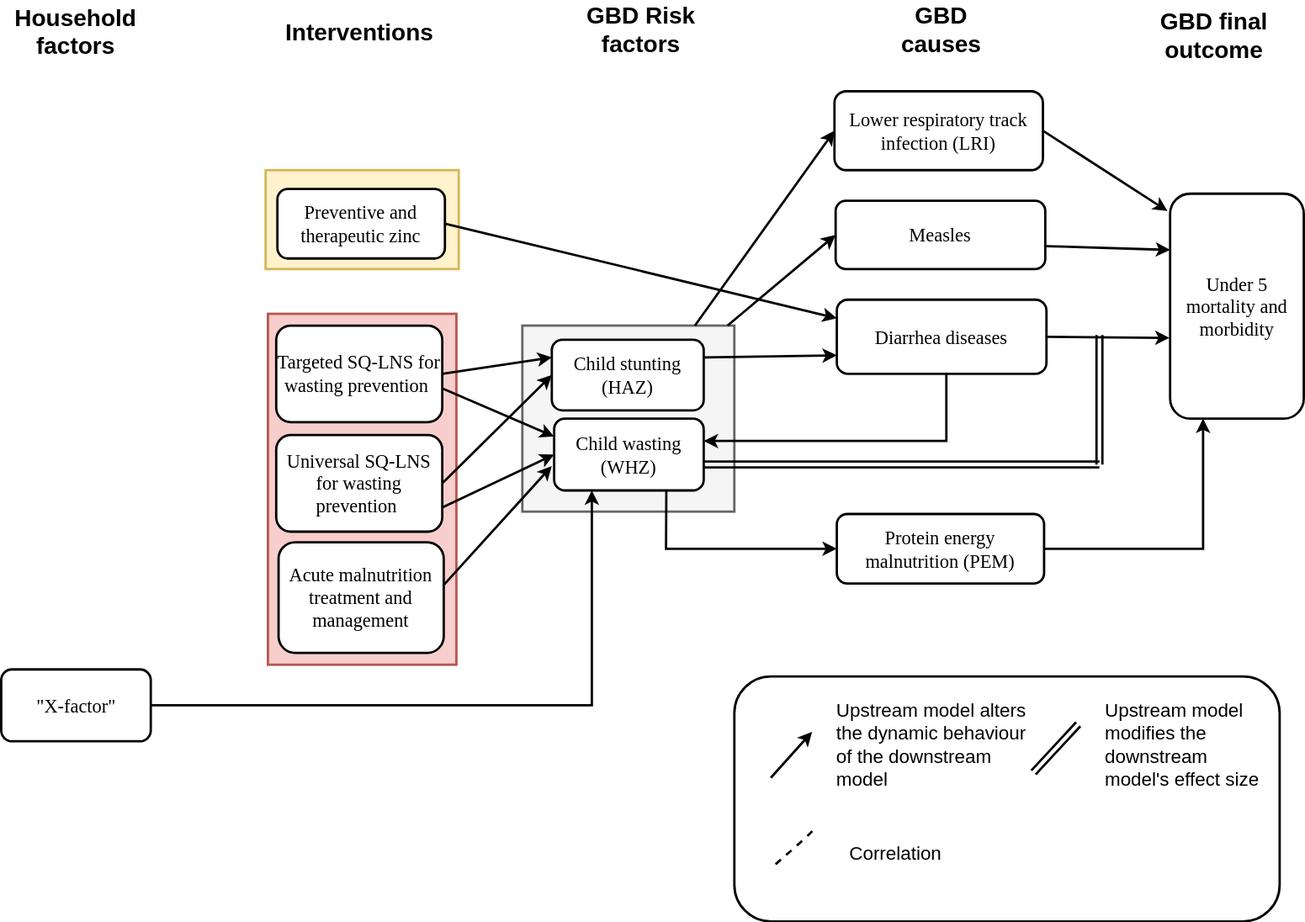
Above: docs/source/concept_models/vivarium_ciff_sam_2/am_concept_model_diagram.svg in ihmeuw/vivarium_research (draw.io), before the change. Source tidied: cells renumbered, new cells last; positions are measured from the earlier drawing's top-left corner, leaving out a move shared by most shapes.
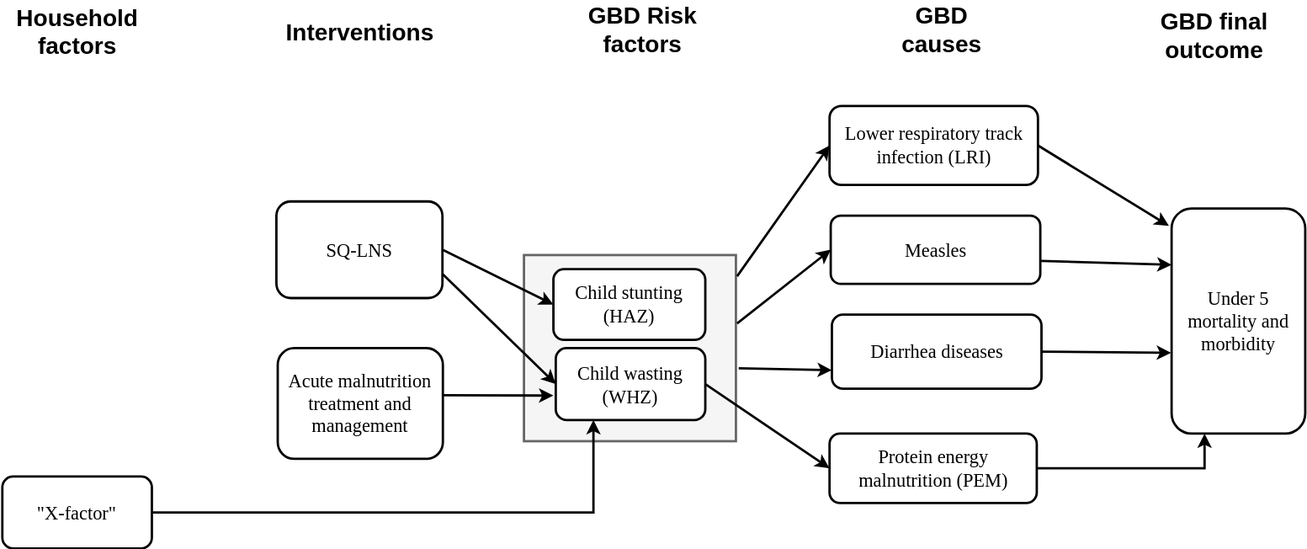
Later version of the same file.

Commit message:
update concept model

The edit, as a diff of the source:
```diff
@@ -2,24 +2,11 @@
   <root>
     <mxCell id="0" />
     <mxCell id="1" parent="0" />
-    <mxCell id="2" style="rounded=1;whiteSpace=wrap;html=1;fontSize=16;strokeWidth=2;" parent="1" vertex="1">
-      <mxGeometry x="623" y="560" width="463" height="208" as="geometry" />
-    </mxCell>
     <mxCell id="3" style="rounded=0;whiteSpace=wrap;html=1;fontSize=16;strokeWidth=2;fillColor=#f5f5f5;strokeColor=#666666;fontColor=#333333;" parent="1" vertex="1">
       <mxGeometry x="443" y="262" width="180" height="158" as="geometry" />
     </mxCell>
-    <mxCell id="4" style="rounded=0;whiteSpace=wrap;html=1;fontSize=16;strokeWidth=2;fillColor=#fff2cc;strokeColor=#d6b656;" parent="1" vertex="1">
-      <mxGeometry x="225" y="130" width="164" height="84" as="geometry" />
-    </mxCell>
-    <mxCell id="5" style="rounded=0;whiteSpace=wrap;html=1;fontSize=16;strokeWidth=2;fillColor=#f8cecc;strokeColor=#b85450;" parent="1" vertex="1">
-      <mxGeometry x="227" y="252" width="160" height="298" as="geometry" />
-    </mxCell>
-    <mxCell id="6" style="edgeStyle=elbowEdgeStyle;rounded=0;jettySize=auto;html=1;exitX=0.75;exitY=1;exitDx=0;exitDy=0;entryX=0;entryY=0.5;entryDx=0;entryDy=0;strokeWidth=2;" parent="1" edge="1" source="7" target="9">
-      <mxGeometry relative="1" as="geometry">
-        <Array as="points">
-          <mxPoint x="565" y="430" />
-        </Array>
-      </mxGeometry>
+    <mxCell id="6" style="rounded=0;jettySize=auto;html=1;exitX=1;exitY=0.5;exitDx=0;exitDy=0;entryX=0;entryY=0.5;entryDx=0;entryDy=0;strokeWidth=2;" parent="1" edge="1" source="7" target="9">
+      <mxGeometry relative="1" as="geometry" />
     </mxCell>
     <mxCell id="7" value="&lt;font style=&quot;font-size: 16px;&quot;&gt;Child wasting (WHZ)&lt;/font&gt;" style="rounded=1;whiteSpace=wrap;html=1;shadow=0;labelBackgroundColor=none;strokeWidth=2;fontFamily=Verdana;fontSize=16;align=center;" parent="1" vertex="1">
       <mxGeometry x="470" y="341" width="127" height="61" as="geometry" />
@@ -33,38 +20,29 @@
       </mxGeometry>
     </mxCell>
     <mxCell id="9" value="&lt;font face=&quot;Verdana&quot; style=&quot;font-size: 16px;&quot;&gt;&lt;span style=&quot;font-size: 16px;&quot;&gt;Protein energy malnutrition&amp;nbsp;(PEM)&lt;/span&gt;&lt;/font&gt;" style="rounded=1;whiteSpace=wrap;html=1;fontSize=16;strokeWidth=2;" parent="1" vertex="1">
-      <mxGeometry x="710" y="422" width="176" height="59" as="geometry" />
+      <mxGeometry x="702.5" y="413.5" width="176" height="59" as="geometry" />
     </mxCell>
     <mxCell id="10" value="&lt;font style=&quot;font-size: 16px;&quot; face=&quot;Verdana&quot;&gt;Measles&lt;/font&gt;" style="rounded=1;whiteSpace=wrap;html=1;fontSize=16;strokeWidth=2;" parent="1" vertex="1">
-      <mxGeometry x="709" y="156" width="178" height="58" as="geometry" />
+      <mxGeometry x="703.5" y="228.5" width="178" height="58" as="geometry" />
     </mxCell>
     <mxCell id="11" value="&lt;font style=&quot;font-size: 16px;&quot; face=&quot;Verdana&quot;&gt;Lower respiratory track infection (LRI)&lt;/font&gt;" style="rounded=1;whiteSpace=wrap;html=1;fontSize=16;strokeWidth=2;" parent="1" vertex="1">
-      <mxGeometry x="708" y="63" width="177" height="67" as="geometry" />
+      <mxGeometry x="702.5" y="135.5" width="177" height="67" as="geometry" />
     </mxCell>
     <mxCell id="12" value="&lt;font face=&quot;Verdana&quot; style=&quot;font-size: 16px;&quot;&gt;Under 5 mortality and morbidity&lt;/font&gt;" style="rounded=1;whiteSpace=wrap;html=1;fontSize=16;strokeWidth=2;" parent="1" vertex="1">
-      <mxGeometry x="993" y="150" width="113.5" height="191" as="geometry" />
+      <mxGeometry x="993" y="222.5" width="113.5" height="191" as="geometry" />
     </mxCell>
     <mxCell id="13" value="Interventions" style="text;html=1;align=center;verticalAlign=middle;whiteSpace=wrap;rounded=0;strokeWidth=2;fontSize=20;fontStyle=1;" parent="1" vertex="1">
-      <mxGeometry x="284.5" y="2" width="40" height="20" as="geometry" />
+      <mxGeometry x="284" y="62" width="40" height="20" as="geometry" />
     </mxCell>
     <mxCell id="14" value="GBD Risk factors" style="text;html=1;align=center;verticalAlign=middle;whiteSpace=wrap;rounded=0;strokeWidth=2;fontSize=20;fontStyle=1;" parent="1" vertex="1">
-      <mxGeometry x="496" width="96" height="20" as="geometry" />
+      <mxGeometry x="495.5" y="60" width="96" height="20" as="geometry" />
     </mxCell>
     <mxCell id="15" value="GBD causes" style="text;html=1;align=center;verticalAlign=middle;whiteSpace=wrap;rounded=0;strokeWidth=2;fontSize=20;fontStyle=1;" parent="1" vertex="1">
-      <mxGeometry x="751.5" width="93.5" height="20" as="geometry" />
+      <mxGeometry x="751" y="60" width="93.5" height="20" as="geometry" />
     </mxCell>
     <mxCell id="16" value="GBD final outcome" style="text;html=1;align=center;verticalAlign=middle;whiteSpace=wrap;rounded=0;strokeWidth=2;fontSize=20;fontStyle=1;" parent="1" vertex="1">
-      <mxGeometry x="973.5" y="5" width="113" height="20" as="geometry" />
+      <mxGeometry x="973" y="65" width="113" height="20" as="geometry" />
     </mxCell>
-    <mxCell id="17" style="endArrow=classic;html=1;strokeWidth=2;fontSize=16;" parent="1" edge="1">
-      <mxGeometry relative="1" as="geometry">
-        <mxPoint x="654" y="646" as="sourcePoint" />
-        <mxPoint x="689" y="607" as="targetPoint" />
-      </mxGeometry>
-    </mxCell>
-    <mxCell id="18" value="Correlation" style="text;html=1;align=left;verticalAlign=middle;whiteSpace=wrap;rounded=0;fontSize=16;strokeWidth=2;" parent="1" vertex="1">
-      <mxGeometry x="719" y="699.5" width="40" height="20" as="geometry" />
-    </mxCell>
     <mxCell id="19" value="&lt;font style=&quot;font-size: 16px;&quot;&gt;Child stunting&lt;br style=&quot;font-size: 16px;&quot;&gt;(HAZ)&lt;/font&gt;" style="rounded=1;whiteSpace=wrap;html=1;shadow=0;labelBackgroundColor=none;strokeWidth=2;fontFamily=Verdana;fontSize=16;align=center;" parent="1" vertex="1">
       <mxGeometry x="468" y="274" width="129" height="60" as="geometry" />
     </mxCell>
@@ -74,86 +52,35 @@
     <mxCell id="21" style="endArrow=classic;html=1;entryX=0;entryY=0.25;entryDx=0;entryDy=0;fontSize=16;strokeWidth=2;exitX=1.004;exitY=0.664;exitDx=0;exitDy=0;exitPerimeter=0;" parent="1" edge="1" source="10" target="12">
       <mxGeometry relative="1" as="geometry" />
     </mxCell>
-    <mxCell id="22" value="Upstream model alters the dynamic behaviour of the downstream model" style="text;html=1;align=left;verticalAlign=middle;whiteSpace=wrap;rounded=0;fontSize=16;strokeWidth=2;" parent="1" vertex="1">
-      <mxGeometry x="708" y="578" width="169" height="79" as="geometry" />
-    </mxCell>
     <mxCell id="23" value="&lt;span style=&quot;font-size: 16px;&quot;&gt;Acute malnutrition treatment and management&lt;/span&gt;" style="rounded=1;whiteSpace=wrap;html=1;shadow=0;labelBackgroundColor=none;strokeWidth=2;fontFamily=Verdana;fontSize=16;align=center;" parent="1" vertex="1">
-      <mxGeometry x="236" y="446" width="140.2" height="94" as="geometry" />
+      <mxGeometry x="233.9" y="341" width="140.2" height="94" as="geometry" />
     </mxCell>
-    <mxCell id="24" style="endArrow=classic;html=1;exitX=1;exitY=0.386;exitDx=0;exitDy=0;exitPerimeter=0;entryX=-0.016;entryY=0.66;entryDx=0;entryDy=0;fontSize=16;strokeWidth=2;entryPerimeter=0;" parent="1" edge="1" source="23" target="7">
-      <mxGeometry relative="1" as="geometry" />
+    <mxCell id="24" style="endArrow=classic;html=1;entryX=-0.016;entryY=0.66;entryDx=0;entryDy=0;fontSize=16;strokeWidth=2;entryPerimeter=0;" parent="1" edge="1" target="7">
+      <mxGeometry relative="1" as="geometry">
+        <mxPoint x="374" y="381" as="sourcePoint" />
+      </mxGeometry>
     </mxCell>
-    <mxCell id="25" style="shape=link;html=1;fontSize=16;strokeWidth=2;" parent="1" edge="1">
-      <mxGeometry relative="1" as="geometry">
-        <mxPoint x="877" y="641.5" as="sourcePoint" />
-        <mxPoint x="915" y="600.5" as="targetPoint" />
-      </mxGeometry>
-    </mxCell>
-    <mxCell id="26" value="Upstream model modifies the downstream model's effect size" style="text;html=1;align=left;verticalAlign=middle;whiteSpace=wrap;rounded=0;fontSize=16;strokeWidth=2;" parent="1" vertex="1">
-      <mxGeometry x="936" y="595.5" width="140" height="44" as="geometry" />
-    </mxCell>
-    <mxCell id="27" style="endArrow=classic;html=1;exitX=0.992;exitY=0.645;exitDx=0;exitDy=0;entryX=0;entryY=0.25;entryDx=0;entryDy=0;fontSize=16;strokeWidth=2;exitPerimeter=0;" parent="1" edge="1" source="28" target="7">
-      <mxGeometry relative="1" as="geometry" />
-    </mxCell>
-    <mxCell id="28" value="&lt;span style=&quot;font-size: 16px&quot;&gt;Targeted SQ-LNS for wasting prevention&lt;/span&gt;&lt;span style=&quot;font-size: 16px&quot;&gt;&amp;nbsp;&lt;/span&gt;" style="rounded=1;whiteSpace=wrap;html=1;shadow=0;labelBackgroundColor=none;strokeWidth=2;fontFamily=Verdana;fontSize=16;align=center;" parent="1" vertex="1">
-      <mxGeometry x="234" y="262" width="141" height="82" as="geometry" />
-    </mxCell>
     <mxCell id="29" style="endArrow=classic;html=1;exitX=1;exitY=0.5;exitDx=0;exitDy=0;entryX=-0.004;entryY=0.641;entryDx=0;entryDy=0;entryPerimeter=0;fontSize=16;strokeWidth=2;" parent="1" edge="1" source="36" target="12">
       <mxGeometry relative="1" as="geometry" />
     </mxCell>
-    <mxCell id="30" style="endArrow=classic;html=1;exitX=1;exitY=0.5;exitDx=0;exitDy=0;fontSize=16;strokeWidth=2;entryX=0;entryY=0.25;entryDx=0;entryDy=0;" parent="1" edge="1" source="28" target="19">
-      <mxGeometry relative="1" as="geometry" />
-    </mxCell>
-    <mxCell id="31" value="&lt;span style=&quot;font-size: 16px;&quot;&gt;Preventive and therapeutic zinc&lt;/span&gt;" style="rounded=1;whiteSpace=wrap;html=1;shadow=0;labelBackgroundColor=none;strokeWidth=2;fontFamily=Verdana;fontSize=16;align=center;" parent="1" vertex="1">
-      <mxGeometry x="235" y="146" width="142.2" height="59" as="geometry" />
-    </mxCell>
-    <mxCell id="32" style="endArrow=classic;html=1;exitX=1;exitY=0.5;exitDx=0;exitDy=0;entryX=0;entryY=0.25;entryDx=0;entryDy=0;fontSize=16;strokeWidth=2;" parent="1" edge="1" source="31" target="36">
-      <mxGeometry relative="1" as="geometry" />
-    </mxCell>
-    <mxCell id="33" style="endArrow=classic;html=1;strokeWidth=2;fontSize=16;entryX=0;entryY=0.5;entryDx=0;entryDy=0;" parent="1" edge="1" source="3" target="11">
-      <mxGeometry relative="1" as="geometry" />
+    <mxCell id="33" style="endArrow=classic;html=1;strokeWidth=2;fontSize=16;entryX=0;entryY=0.5;entryDx=0;entryDy=0;" parent="1" edge="1" target="11">
+      <mxGeometry relative="1" as="geometry">
+        <mxPoint x="624" y="280" as="sourcePoint" />
+      </mxGeometry>
     </mxCell>
-    <mxCell id="34" style="endArrow=classic;html=1;strokeWidth=2;entryX=0;entryY=0.5;entryDx=0;entryDy=0;exitX=0.968;exitY=0;exitDx=0;exitDy=0;exitPerimeter=0;fontSize=16;" parent="1" edge="1" source="3" target="10">
-      <mxGeometry relative="1" as="geometry" />
+    <mxCell id="34" style="endArrow=classic;html=1;strokeWidth=2;entryX=0;entryY=0.5;entryDx=0;entryDy=0;fontSize=16;" parent="1" edge="1" target="10">
+      <mxGeometry relative="1" as="geometry">
+        <mxPoint x="624" y="320" as="sourcePoint" />
+      </mxGeometry>
     </mxCell>
-    <mxCell id="35" style="edgeStyle=orthogonalEdgeStyle;rounded=0;jettySize=auto;html=1;strokeWidth=2;" parent="1" edge="1" source="36">
-      <mxGeometry relative="1" as="geometry">
-        <mxPoint x="597" y="360" as="targetPoint" />
-        <Array as="points">
-          <mxPoint x="803" y="360" />
-          <mxPoint x="597" y="360" />
-        </Array>
-      </mxGeometry>
-    </mxCell>
     <mxCell id="36" value="&lt;font style=&quot;font-size: 16px;&quot; face=&quot;Verdana&quot;&gt;Diarrhea diseases&lt;/font&gt;" style="rounded=1;whiteSpace=wrap;html=1;fontSize=16;strokeWidth=2;" parent="1" vertex="1">
-      <mxGeometry x="710" y="240" width="178" height="63" as="geometry" />
+      <mxGeometry x="704.5" y="312.5" width="178" height="63" as="geometry" />
     </mxCell>
-    <mxCell id="37" style="endArrow=none;dashed=1;html=1;fontSize=16;strokeWidth=2;" parent="1" edge="1">
-      <mxGeometry relative="1" as="geometry">
-        <mxPoint x="658" y="719.5" as="sourcePoint" />
-        <mxPoint x="693" y="687.5" as="targetPoint" />
-        <Array as="points">
-          <mxPoint x="683" y="697.5" />
-        </Array>
-      </mxGeometry>
-    </mxCell>
-    <mxCell id="38" style="endArrow=classic;html=1;strokeWidth=2;fontSize=16;entryX=0;entryY=0.75;entryDx=0;entryDy=0;exitX=1;exitY=0.25;exitDx=0;exitDy=0;" parent="1" edge="1" source="19" target="36">
+    <mxCell id="38" style="endArrow=classic;html=1;strokeWidth=2;fontSize=16;entryX=0;entryY=0.75;entryDx=0;entryDy=0;exitX=1.013;exitY=0.608;exitDx=0;exitDy=0;exitPerimeter=0;" parent="1" edge="1" source="3" target="36">
       <mxGeometry relative="1" as="geometry" />
     </mxCell>
-    <mxCell id="39" style="shape=link;html=1;fontSize=16;strokeWidth=2;" parent="1" edge="1">
-      <mxGeometry relative="1" as="geometry">
-        <mxPoint x="597" y="380" as="sourcePoint" />
-        <mxPoint x="933" y="380" as="targetPoint" />
-      </mxGeometry>
-    </mxCell>
-    <mxCell id="40" style="shape=link;html=1;fontSize=16;strokeWidth=2;" parent="1" edge="1">
-      <mxGeometry relative="1" as="geometry">
-        <mxPoint x="933" y="380" as="sourcePoint" />
-        <mxPoint x="933" y="270" as="targetPoint" />
-      </mxGeometry>
-    </mxCell>
-    <mxCell id="41" value="&lt;span style=&quot;font-size: 16px&quot;&gt;Universal SQ-LNS for wasting prevention&lt;/span&gt;&lt;span style=&quot;font-size: 16px&quot;&gt;&amp;nbsp;&lt;/span&gt;" style="rounded=1;whiteSpace=wrap;html=1;shadow=0;labelBackgroundColor=none;strokeWidth=2;fontFamily=Verdana;fontSize=16;align=center;" parent="1" vertex="1">
-      <mxGeometry x="234" y="355" width="141" height="82" as="geometry" />
+    <mxCell id="41" value="SQ-LNS" style="rounded=1;whiteSpace=wrap;html=1;shadow=0;labelBackgroundColor=none;strokeWidth=2;fontFamily=Verdana;fontSize=16;align=center;" parent="1" vertex="1">
+      <mxGeometry x="232.8" y="216.5" width="141" height="82" as="geometry" />
     </mxCell>
     <mxCell id="42" style="endArrow=classic;html=1;exitX=1;exitY=0.5;exitDx=0;exitDy=0;fontSize=16;strokeWidth=2;entryX=0;entryY=0.5;entryDx=0;entryDy=0;" parent="1" edge="1" source="41" target="19">
       <mxGeometry relative="1" as="geometry" />
@@ -162,10 +89,10 @@
       <mxGeometry relative="1" as="geometry" />
     </mxCell>
     <mxCell id="44" value="Household factors" style="text;html=1;align=center;verticalAlign=middle;whiteSpace=wrap;rounded=0;strokeWidth=2;fontSize=20;fontStyle=1;" parent="1" vertex="1">
-      <mxGeometry x="44" y="2" width="40" height="20" as="geometry" />
+      <mxGeometry x="43.5" y="62" width="40" height="20" as="geometry" />
     </mxCell>
     <mxCell id="45" value="&lt;font style=&quot;font-size: 16px;&quot;&gt;&quot;X-factor&quot;&lt;/font&gt;" style="rounded=1;whiteSpace=wrap;html=1;shadow=0;labelBackgroundColor=none;strokeWidth=2;fontFamily=Verdana;fontSize=16;align=center;" parent="1" vertex="1">
-      <mxGeometry x="0.5" y="554" width="127" height="61" as="geometry" />
+      <mxGeometry y="450" width="127" height="61" as="geometry" />
     </mxCell>
     <mxCell id="46" style="edgeStyle=elbowEdgeStyle;rounded=0;jettySize=auto;html=1;exitX=1;exitY=0.5;exitDx=0;exitDy=0;entryX=0.25;entryY=1;entryDx=0;entryDy=0;strokeWidth=2;" parent="1" edge="1" source="45" target="7">
       <mxGeometry relative="1" as="geometry">
```
